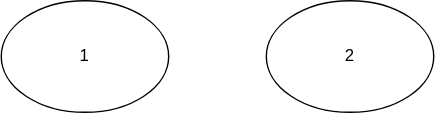
alderg/sandbox keeps this draw.io diagram as Diagram/diagram.svg. Above is the earlier version. Source tidied: cells renumbered, new cells last; positions are measured from the earlier drawing's top-left corner, leaving out a move shared by most shapes. Source of this version:
```xml
<mxGraphModel background="#ffffff">
  <root>
    <mxCell id="0" />
    <mxCell id="1" parent="0" />
    <mxCell id="2" value="1" style="ellipse;whiteSpace=wrap;html=1;fillColor=none;" parent="1" vertex="1">
      <mxGeometry width="120" height="80" as="geometry" />
    </mxCell>
    <mxCell id="3" value="2" style="ellipse;whiteSpace=wrap;html=1;fillColor=none;" parent="1" vertex="1">
      <mxGeometry x="190" width="120" height="80" as="geometry" />
    </mxCell>
  </root>
</mxGraphModel>
```
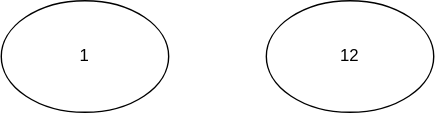
The same file after the commit.

The edit, as a diff of the source:
```diff
@@ -5,7 +5,7 @@
     <mxCell id="2" value="1" style="ellipse;whiteSpace=wrap;html=1;fillColor=none;" parent="1" vertex="1">
       <mxGeometry width="120" height="80" as="geometry" />
     </mxCell>
-    <mxCell id="3" value="2" style="ellipse;whiteSpace=wrap;html=1;fillColor=none;" parent="1" vertex="1">
+    <mxCell id="3" value="12" style="ellipse;whiteSpace=wrap;html=1;fillColor=none;" parent="1" vertex="1">
       <mxGeometry x="190" width="120" height="80" as="geometry" />
     </mxCell>
   </root>
```
